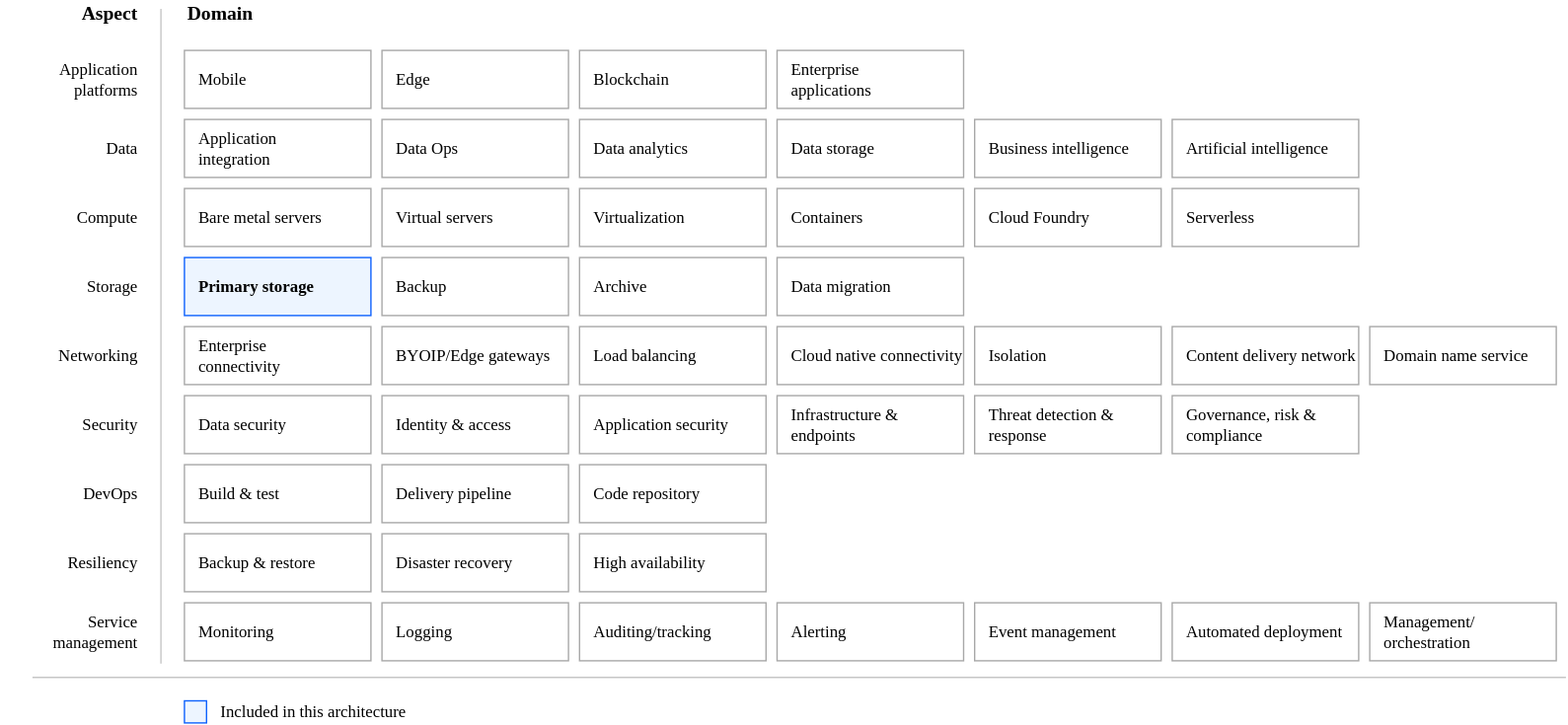
The draw.io diagram reference-architectures/standard/heat-map-deploy-arch-ibm-pvs-ws-standard.svg in terraform-ibm-modules/terraform-ibm-powervs-workspace, before a commit. Source tidied: cells renumbered, new cells last; positions are measured from the earlier drawing's top-left corner, leaving out a move shared by most shapes.
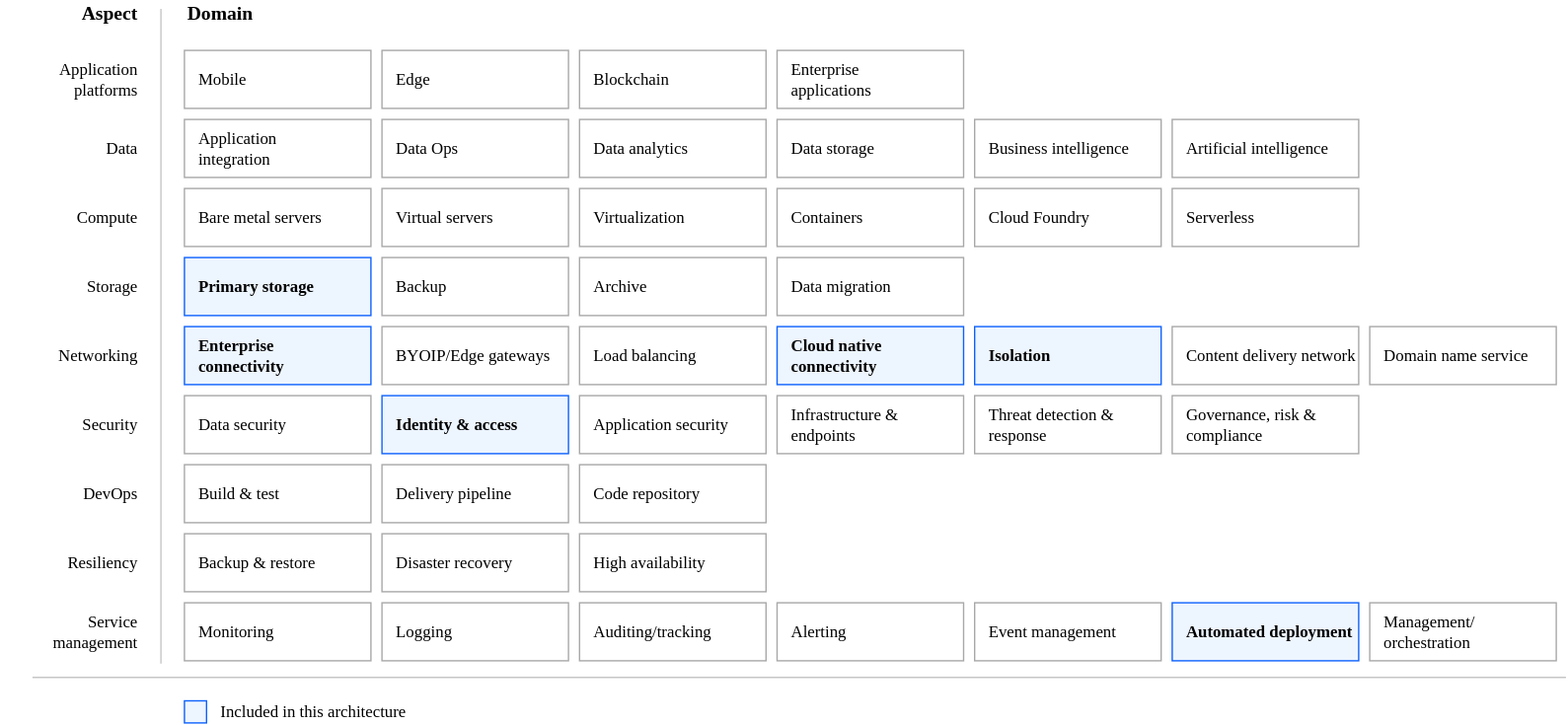
After the change.

What changed in the source:
```diff
@@ -14,7 +14,7 @@
     <mxCell id="5" value="Primary storage" style="rounded=0;whiteSpace=wrap;html=1;strokeColor=#0E62FD;align=left;spacingLeft=8;fontFamily=IBM Plex Sans;fillColor=#EDF5FF;fontStyle=1;" parent="1" vertex="1">
       <mxGeometry x="133" y="186" width="135" height="42" as="geometry" />
     </mxCell>
-    <mxCell id="6" value="&lt;span style=&quot;font-weight: normal;&quot;&gt;Enterprise &lt;br&gt;connectivity&lt;/span&gt;" style="rounded=0;whiteSpace=wrap;html=1;strokeColor=#A8A8A8;align=left;spacingLeft=8;fontFamily=IBM Plex Sans;fillColor=default;fontStyle=0;verticalAlign=middle;fontSize=12;fontColor=default;" parent="1" vertex="1">
+    <mxCell id="6" value="&lt;span style=&quot;&quot;&gt;&lt;b&gt;Enterprise &lt;br&gt;connectivity&lt;/b&gt;&lt;/span&gt;" style="rounded=0;whiteSpace=wrap;html=1;strokeColor=#0E62FD;align=left;spacingLeft=8;fontFamily=IBM Plex Sans;fillColor=#EDF5FF;fontStyle=0;verticalAlign=middle;fontSize=12;fontColor=default;" parent="1" vertex="1">
       <mxGeometry x="133" y="236" width="135" height="42" as="geometry" />
     </mxCell>
     <mxCell id="7" value="Build &amp;amp; test" style="rounded=0;whiteSpace=wrap;html=1;strokeColor=#A8A8A8;align=left;spacingLeft=8;fontFamily=IBM Plex Sans;" parent="1" vertex="1">
@@ -80,10 +80,10 @@
     <mxCell id="27" value="Load balancing" style="rounded=0;whiteSpace=wrap;html=1;strokeColor=#A8A8A8;align=left;spacingLeft=8;fontFamily=IBM Plex Sans;fillColor=default;fontStyle=0;verticalAlign=middle;fontSize=12;fontColor=default;" parent="1" vertex="1">
       <mxGeometry x="419" y="236" width="135" height="42" as="geometry" />
     </mxCell>
-    <mxCell id="28" value="Cloud native connectivity" style="rounded=0;whiteSpace=wrap;html=1;strokeColor=#A8A8A8;align=left;spacingLeft=8;fontFamily=IBM Plex Sans;fillColor=default;fontStyle=0;verticalAlign=middle;fontSize=12;fontColor=default;" parent="1" vertex="1">
+    <mxCell id="28" value="Cloud native connectivity" style="rounded=0;whiteSpace=wrap;html=1;strokeColor=#0E62FD;align=left;spacingLeft=8;fontFamily=IBM Plex Sans;fillColor=#EDF5FF;fontStyle=1;verticalAlign=middle;fontSize=12;fontColor=default;" parent="1" vertex="1">
       <mxGeometry x="562" y="236" width="135" height="42" as="geometry" />
     </mxCell>
-    <mxCell id="29" value="Isolation" style="rounded=0;whiteSpace=wrap;html=1;strokeColor=#A8A8A8;align=left;spacingLeft=8;fontFamily=IBM Plex Sans;fillColor=default;fontStyle=0;verticalAlign=middle;fontSize=12;fontColor=default;" parent="1" vertex="1">
+    <mxCell id="29" value="Isolation" style="rounded=0;whiteSpace=wrap;html=1;strokeColor=#0E62FD;align=left;spacingLeft=8;fontFamily=IBM Plex Sans;fillColor=#EDF5FF;fontStyle=1;verticalAlign=middle;fontSize=12;fontColor=default;" parent="1" vertex="1">
       <mxGeometry x="705" y="236" width="135" height="42" as="geometry" />
     </mxCell>
     <mxCell id="30" value="Content delivery network" style="rounded=0;whiteSpace=wrap;html=1;strokeColor=#A8A8A8;align=left;spacingLeft=8;fontFamily=IBM Plex Sans;fillColor=default;fontStyle=0;" parent="1" vertex="1">
@@ -92,7 +92,7 @@
     <mxCell id="31" value="Domain name service" style="rounded=0;whiteSpace=wrap;html=1;strokeColor=#A8A8A8;align=left;spacingLeft=8;fontFamily=IBM Plex Sans;fillColor=default;fontStyle=0;" parent="1" vertex="1">
       <mxGeometry x="991" y="236" width="135" height="42" as="geometry" />
     </mxCell>
-    <mxCell id="32" value="Identity &amp;amp; access" style="rounded=0;whiteSpace=wrap;html=1;strokeColor=#A8A8A8;align=left;spacingLeft=8;fontFamily=IBM Plex Sans;fillColor=default;fontStyle=0;verticalAlign=middle;fontSize=12;fontColor=default;" parent="1" vertex="1">
+    <mxCell id="32" value="Identity &amp;amp; access" style="rounded=0;whiteSpace=wrap;html=1;strokeColor=#0E62FD;align=left;spacingLeft=8;fontFamily=IBM Plex Sans;fillColor=#EDF5FF;fontStyle=1;verticalAlign=middle;fontSize=12;fontColor=default;" parent="1" vertex="1">
       <mxGeometry x="276" y="286" width="135" height="42" as="geometry" />
     </mxCell>
     <mxCell id="33" value="Application security" style="rounded=0;whiteSpace=wrap;html=1;strokeColor=#A8A8A8;align=left;spacingLeft=8;fontFamily=IBM Plex Sans;fillColor=default;fontStyle=0;verticalAlign=middle;fontSize=12;fontColor=default;" parent="1" vertex="1">
@@ -131,7 +131,7 @@
     <mxCell id="44" value="Event management" style="rounded=0;whiteSpace=wrap;html=1;strokeColor=#A8A8A8;align=left;spacingLeft=8;fontFamily=IBM Plex Sans;fillColor=default;fontStyle=0;verticalAlign=middle;fontSize=12;fontColor=default;" parent="1" vertex="1">
       <mxGeometry x="705" y="436" width="135" height="42" as="geometry" />
     </mxCell>
-    <mxCell id="45" value="Automated deployment" style="rounded=0;whiteSpace=wrap;html=1;strokeColor=#A8A8A8;align=left;spacingLeft=8;fontFamily=IBM Plex Sans;fillColor=default;fontStyle=0;verticalAlign=middle;fontSize=12;fontColor=default;" parent="1" vertex="1">
+    <mxCell id="45" value="Automated deployment" style="rounded=0;whiteSpace=wrap;html=1;strokeColor=#0E62FD;align=left;spacingLeft=8;fontFamily=IBM Plex Sans;fillColor=#EDF5FF;fontStyle=1;verticalAlign=middle;fontSize=12;fontColor=default;" parent="1" vertex="1">
       <mxGeometry x="848" y="436" width="135" height="42" as="geometry" />
     </mxCell>
     <mxCell id="46" value="Management/&lt;br&gt;orchestration" style="rounded=0;whiteSpace=wrap;html=1;strokeColor=#A8A8A8;align=left;spacingLeft=8;fontFamily=IBM Plex Sans;fillColor=default;fontStyle=0;" parent="1" vertex="1">
```
